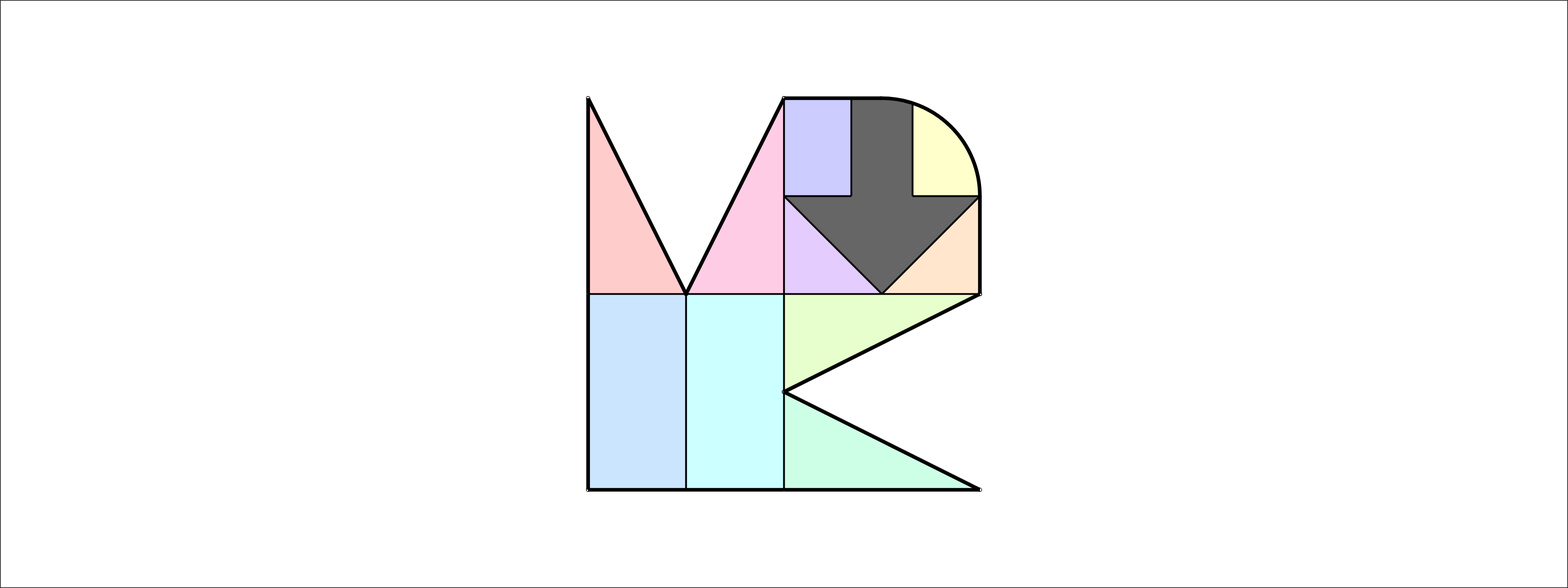
Earlier version of the draw.io export Image/Logo.drawio.svg (m-YoC/mdtk). Source tidied: cells renumbered, new cells last; positions are measured from the earlier drawing's top-left corner, leaving out a move shared by most shapes. Source of this version:
```xml
<mxGraphModel>
  <root>
    <mxCell id="0" />
    <mxCell id="1" parent="0" />
    <mxCell id="2" style="rounded=0;whiteSpace=wrap;html=1;fillStyle=solid;fillColor=#FFFFFF;" parent="1" vertex="1">
      <mxGeometry width="2560" height="960" as="geometry" />
    </mxCell>
    <mxCell id="3" style="verticalLabelPosition=bottom;verticalAlign=top;html=1;shape=mxgraph.basic.pie;startAngle=0;endAngle=0.25;strokeColor=none;fillColor=#FFFFCC;" parent="1" vertex="1">
      <mxGeometry x="1280" y="160" width="320" height="320" as="geometry" />
    </mxCell>
    <mxCell id="4" style="group;" parent="1" vertex="1">
      <mxGeometry x="1280" y="160" width="320" height="320" as="geometry" />
    </mxCell>
    <mxCell id="5" style="verticalLabelPosition=bottom;verticalAlign=top;html=1;shape=mxgraph.basic.acute_triangle;dx=0.5;strokeColor=none;fillColor=#666666;flipV=1;" parent="4" vertex="1">
      <mxGeometry y="160" width="320" height="160" as="geometry" />
    </mxCell>
    <mxCell id="6" style="rounded=0;whiteSpace=wrap;html=1;fillColor=#666666;strokeColor=none;" parent="4" vertex="1">
      <mxGeometry x="110" y="10" width="100" height="160" as="geometry" />
    </mxCell>
    <mxCell id="7" style="verticalLabelPosition=bottom;verticalAlign=top;html=1;shape=mxgraph.basic.pie;startAngle=0;endAngle=0.2483924289844229;fillColor=#666666;strokeColor=#666666;" parent="4" vertex="1">
      <mxGeometry x="10" width="200" height="20" as="geometry" />
    </mxCell>
    <mxCell id="8" style="rounded=0;whiteSpace=wrap;html=1;fillColor=#CCCCFF;strokeColor=none;" parent="1" vertex="1">
      <mxGeometry x="1280" y="160" width="110" height="160" as="geometry" />
    </mxCell>
    <mxCell id="9" style="rounded=0;whiteSpace=wrap;html=1;fillColor=#CCE5FF;strokeColor=none;" parent="1" vertex="1">
      <mxGeometry x="960" y="480" width="160" height="320" as="geometry" />
    </mxCell>
    <mxCell id="10" style="rounded=0;whiteSpace=wrap;html=1;fillColor=#CCFFFF;strokeColor=none;" parent="1" vertex="1">
      <mxGeometry x="1120" y="480" width="160" height="320" as="geometry" />
    </mxCell>
    <mxCell id="11" style="verticalLabelPosition=bottom;verticalAlign=top;html=1;shape=mxgraph.basic.orthogonal_triangle;strokeColor=none;fillColor=#FFE6CC;flipH=1;" parent="1" vertex="1">
      <mxGeometry x="1440" y="320" width="160" height="160" as="geometry" />
    </mxCell>
    <mxCell id="12" style="verticalLabelPosition=bottom;verticalAlign=top;html=1;shape=mxgraph.basic.orthogonal_triangle;strokeColor=none;fillColor=#E5CCFF;" parent="1" vertex="1">
      <mxGeometry x="1280" y="320" width="160" height="160" as="geometry" />
    </mxCell>
    <mxCell id="13" style="verticalLabelPosition=bottom;verticalAlign=top;html=1;shape=mxgraph.basic.orthogonal_triangle;strokeColor=none;fillColor=#FFCCCC;" parent="1" vertex="1">
      <mxGeometry x="960" y="160" width="160" height="320" as="geometry" />
    </mxCell>
    <mxCell id="14" style="verticalLabelPosition=bottom;verticalAlign=top;html=1;shape=mxgraph.basic.orthogonal_triangle;strokeColor=none;fillColor=#FFCCE6;flipH=1;" parent="1" vertex="1">
      <mxGeometry x="1120" y="160" width="160" height="320" as="geometry" />
    </mxCell>
    <mxCell id="15" style="verticalLabelPosition=bottom;verticalAlign=top;html=1;shape=mxgraph.basic.orthogonal_triangle;strokeColor=none;fillColor=#CCFFE6;flipH=0;direction=south;flipV=1;" parent="1" vertex="1">
      <mxGeometry x="1280" y="640" width="320" height="160" as="geometry" />
    </mxCell>
    <mxCell id="16" style="verticalLabelPosition=bottom;verticalAlign=top;html=1;shape=mxgraph.basic.orthogonal_triangle;strokeColor=none;fillColor=#E6FFCC;flipH=0;direction=south;" parent="1" vertex="1">
      <mxGeometry x="1280" y="480" width="320" height="160" as="geometry" />
    </mxCell>
    <mxCell id="17" style="endArrow=none;html=1;strokeWidth=6;startArrow=none;startFill=0;endFill=0;endSize=1;startSize=1;strokeColor=#000000;" parent="1" edge="1">
      <mxGeometry relative="1" as="geometry">
        <mxPoint x="960" y="480" as="sourcePoint" />
        <mxPoint x="960" y="160" as="targetPoint" />
      </mxGeometry>
    </mxCell>
    <mxCell id="18" style="endArrow=none;html=1;strokeWidth=6;endFill=0;startArrow=oval;startFill=1;endSize=1;startSize=1;strokeColor=#000000;" parent="1" edge="1">
      <mxGeometry relative="1" as="geometry">
        <mxPoint x="960" y="800" as="sourcePoint" />
        <mxPoint x="960" y="480" as="targetPoint" />
      </mxGeometry>
    </mxCell>
    <mxCell id="19" style="endArrow=none;html=1;strokeWidth=6;startArrow=oval;startFill=1;endFill=0;endSize=1;startSize=1;strokeColor=#000000;" parent="1" edge="1">
      <mxGeometry relative="1" as="geometry">
        <mxPoint x="1280" y="160" as="sourcePoint" />
        <mxPoint x="1440" y="160" as="targetPoint" />
      </mxGeometry>
    </mxCell>
    <mxCell id="20" style="endArrow=none;html=1;strokeWidth=6;strokeColor=#000000;" parent="1" edge="1">
      <mxGeometry relative="1" as="geometry">
        <mxPoint x="960" y="800" as="sourcePoint" />
        <mxPoint x="1280" y="800" as="targetPoint" />
      </mxGeometry>
    </mxCell>
    <mxCell id="21" style="endArrow=none;html=1;strokeWidth=6;strokeColor=#000000;" parent="1" edge="1">
      <mxGeometry relative="1" as="geometry">
        <mxPoint x="1280" y="800" as="sourcePoint" />
        <mxPoint x="1600" y="800" as="targetPoint" />
      </mxGeometry>
    </mxCell>
    <mxCell id="22" style="endArrow=none;html=1;strokeWidth=6;rounded=1;strokeColor=#000000;startSize=1;endSize=1;targetPerimeterSpacing=0;endFill=0;startArrow=oval;startFill=1;" parent="1" edge="1">
      <mxGeometry relative="1" as="geometry">
        <mxPoint x="1600" y="480" as="sourcePoint" />
        <mxPoint x="1600" y="320" as="targetPoint" />
      </mxGeometry>
    </mxCell>
    <mxCell id="23" style="endArrow=none;html=1;strokeColor=#000000;strokeWidth=3;" parent="1" edge="1">
      <mxGeometry relative="1" as="geometry">
        <mxPoint x="1280" y="480" as="sourcePoint" />
        <mxPoint x="1280" y="160" as="targetPoint" />
      </mxGeometry>
    </mxCell>
    <mxCell id="24" style="endArrow=none;html=1;strokeColor=#000000;strokeWidth=3;" parent="1" edge="1">
      <mxGeometry relative="1" as="geometry">
        <mxPoint x="1280" y="800" as="sourcePoint" />
        <mxPoint x="1280" y="480" as="targetPoint" />
      </mxGeometry>
    </mxCell>
    <mxCell id="25" style="endArrow=none;html=1;strokeColor=#000000;strokeWidth=3;" parent="1" edge="1">
      <mxGeometry relative="1" as="geometry">
        <mxPoint x="960" y="480" as="sourcePoint" />
        <mxPoint x="1280" y="480" as="targetPoint" />
      </mxGeometry>
    </mxCell>
    <mxCell id="26" style="endArrow=none;html=1;strokeColor=#000000;strokeWidth=3;" parent="1" edge="1">
      <mxGeometry relative="1" as="geometry">
        <mxPoint x="1280" y="480" as="sourcePoint" />
        <mxPoint x="1600" y="480" as="targetPoint" />
      </mxGeometry>
    </mxCell>
    <mxCell id="27" style="endArrow=oval;html=1;strokeWidth=6;startArrow=oval;startFill=1;endFill=1;endSize=1;startSize=1;strokeColor=#000000;" parent="1" edge="1">
      <mxGeometry relative="1" as="geometry">
        <mxPoint x="960" y="160" as="sourcePoint" />
        <mxPoint x="1120" y="480" as="targetPoint" />
      </mxGeometry>
    </mxCell>
    <mxCell id="28" style="endArrow=oval;html=1;strokeWidth=6;startArrow=oval;startFill=1;endFill=1;endSize=1;startSize=1;strokeColor=#000000;" parent="1" edge="1">
      <mxGeometry relative="1" as="geometry">
        <mxPoint x="1120" y="480" as="sourcePoint" />
        <mxPoint x="1280" y="160" as="targetPoint" />
      </mxGeometry>
    </mxCell>
    <mxCell id="29" style="endArrow=none;html=1;strokeColor=#000000;strokeWidth=3;" parent="1" edge="1">
      <mxGeometry relative="1" as="geometry">
        <mxPoint x="1120" y="480" as="sourcePoint" />
        <mxPoint x="1120" y="800" as="targetPoint" />
      </mxGeometry>
    </mxCell>
    <mxCell id="30" style="endArrow=oval;html=1;strokeWidth=6;endSize=1;endFill=1;startSize=1;startArrow=oval;startFill=1;strokeColor=#000000;" parent="1" edge="1">
      <mxGeometry relative="1" as="geometry">
        <mxPoint x="1280" y="640" as="sourcePoint" />
        <mxPoint x="1600" y="480" as="targetPoint" />
      </mxGeometry>
    </mxCell>
    <mxCell id="31" style="endArrow=oval;html=1;strokeWidth=6;rounded=0;endFill=1;startSize=1;endSize=1;startArrow=oval;startFill=1;strokeColor=#000000;" parent="1" edge="1">
      <mxGeometry relative="1" as="geometry">
        <mxPoint x="1280" y="640" as="sourcePoint" />
        <mxPoint x="1600" y="800" as="targetPoint" />
      </mxGeometry>
    </mxCell>
    <mxCell id="32" style="verticalLabelPosition=bottom;verticalAlign=top;html=1;shape=mxgraph.basic.arc;startAngle=0.4968173254495136;endAngle=0.7515914963824541;fillStyle=solid;fillColor=#eeeeee;strokeColor=#000000;strokeWidth=6;rotation=-180;" parent="1" vertex="1">
      <mxGeometry x="1280" y="160" width="320" height="320" as="geometry" />
    </mxCell>
    <mxCell id="33" style="endArrow=none;html=1;strokeColor=#000000;strokeWidth=3;" parent="1" edge="1">
      <mxGeometry relative="1" as="geometry">
        <mxPoint x="1390" y="320" as="sourcePoint" />
        <mxPoint x="1390" y="160" as="targetPoint" />
      </mxGeometry>
    </mxCell>
    <mxCell id="34" style="endArrow=none;html=1;strokeColor=#000000;strokeWidth=3;" parent="1" edge="1">
      <mxGeometry relative="1" as="geometry">
        <mxPoint x="1390" y="320" as="sourcePoint" />
        <mxPoint x="1280" y="320" as="targetPoint" />
      </mxGeometry>
    </mxCell>
    <mxCell id="35" style="endArrow=none;html=1;strokeColor=#000000;strokeWidth=3;" parent="1" edge="1">
      <mxGeometry relative="1" as="geometry">
        <mxPoint x="1600" y="320" as="sourcePoint" />
        <mxPoint x="1490" y="320" as="targetPoint" />
      </mxGeometry>
    </mxCell>
    <mxCell id="36" style="endArrow=none;html=1;strokeColor=#000000;strokeWidth=3;" parent="1" edge="1">
      <mxGeometry relative="1" as="geometry">
        <mxPoint x="1600" y="320" as="sourcePoint" />
        <mxPoint x="1440" y="480" as="targetPoint" />
      </mxGeometry>
    </mxCell>
    <mxCell id="37" style="endArrow=none;html=1;strokeColor=#000000;strokeWidth=3;" parent="1" edge="1">
      <mxGeometry relative="1" as="geometry">
        <mxPoint x="1280" y="320" as="sourcePoint" />
        <mxPoint x="1440" y="480" as="targetPoint" />
      </mxGeometry>
    </mxCell>
    <mxCell id="38" style="endArrow=none;html=1;strokeColor=#000000;strokeWidth=3;" parent="1" edge="1">
      <mxGeometry relative="1" as="geometry">
        <mxPoint x="1490" y="320" as="sourcePoint" />
        <mxPoint x="1490" y="170" as="targetPoint" />
      </mxGeometry>
    </mxCell>
  </root>
</mxGraphModel>
```
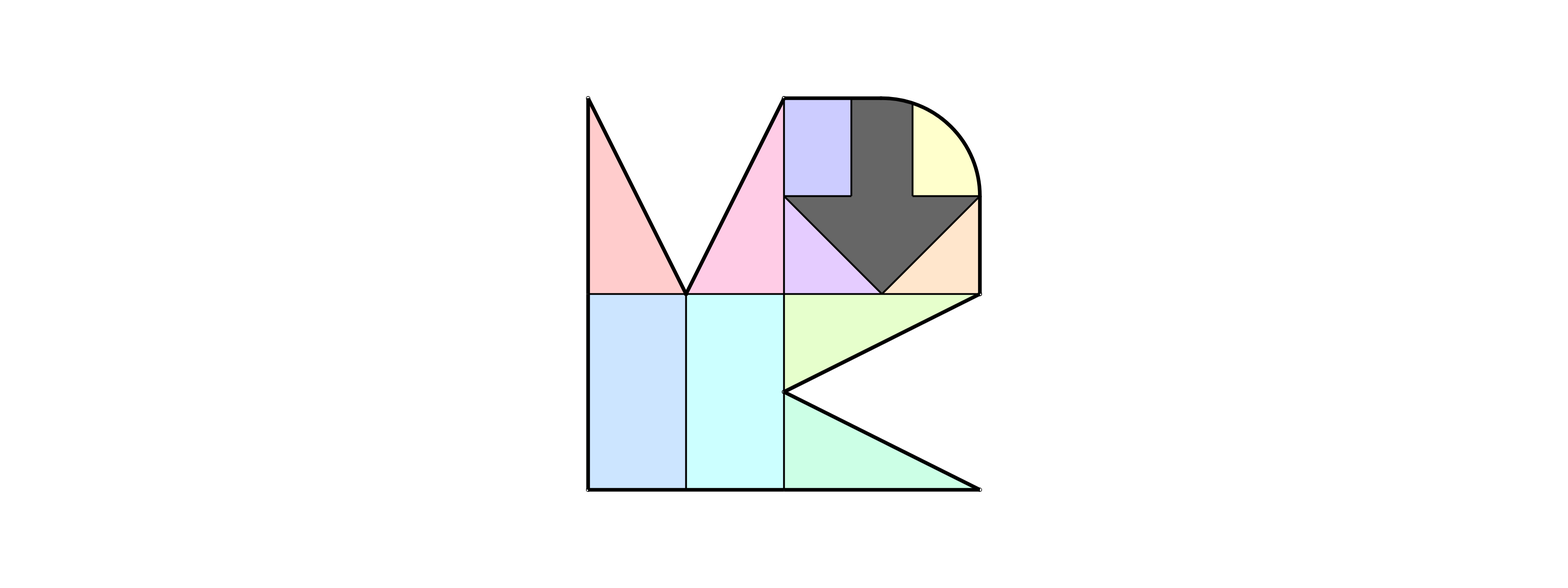
Later version of the same file.

Commit message:
Adjusted logo

Diff of the diagram source:
```diff
@@ -2,7 +2,7 @@
   <root>
     <mxCell id="0" />
     <mxCell id="1" parent="0" />
-    <mxCell id="2" style="rounded=0;whiteSpace=wrap;html=1;fillStyle=solid;fillColor=#FFFFFF;" parent="1" vertex="1">
+    <mxCell id="2" style="rounded=0;whiteSpace=wrap;html=1;fillStyle=solid;fillColor=#FFFFFF;strokeColor=none;" parent="1" vertex="1">
       <mxGeometry width="2560" height="960" as="geometry" />
     </mxCell>
     <mxCell id="3" style="verticalLabelPosition=bottom;verticalAlign=top;html=1;shape=mxgraph.basic.pie;startAngle=0;endAngle=0.25;strokeColor=none;fillColor=#FFFFCC;" parent="1" vertex="1">
```
